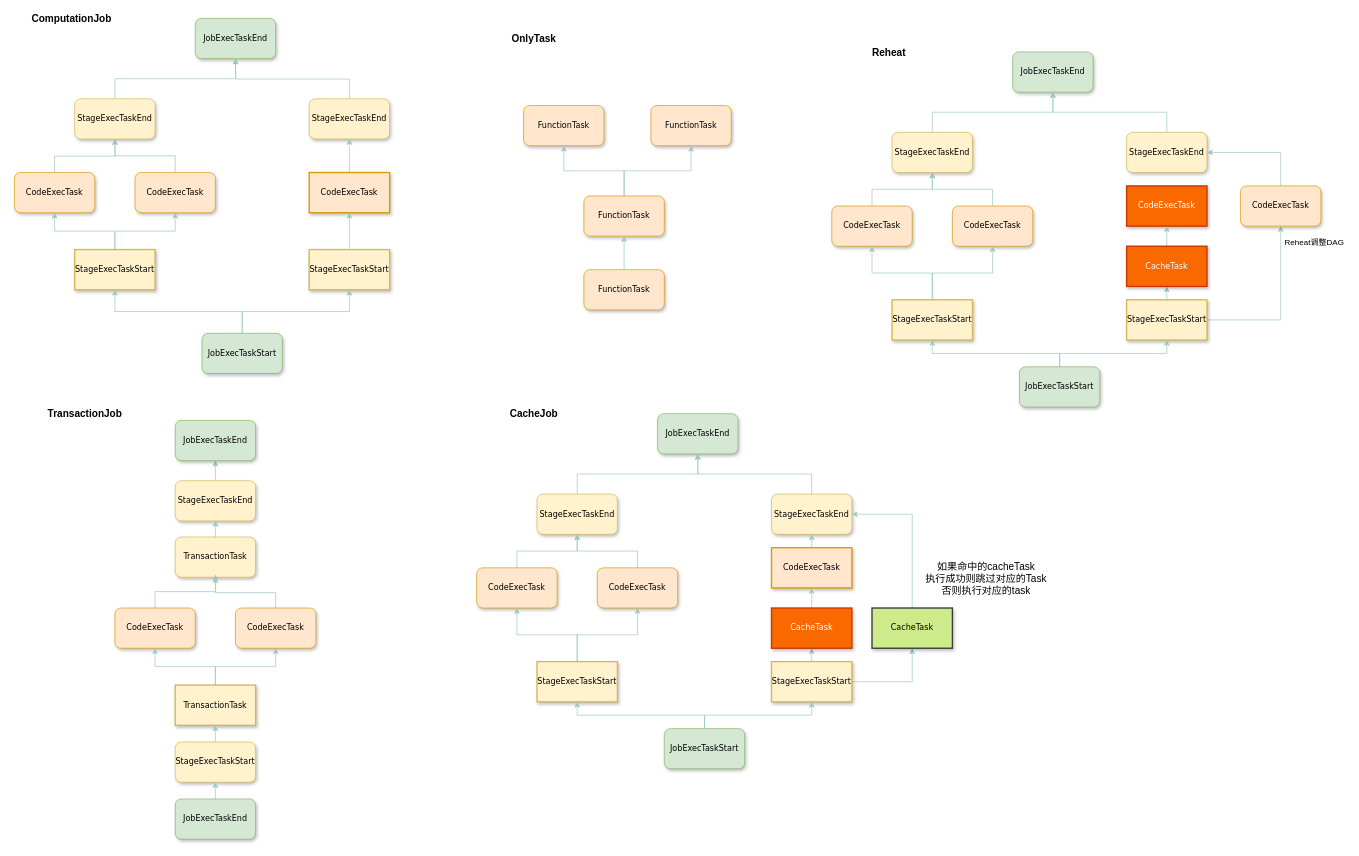
Before: orchestrator_treeNode.drawio in peacewong/diagrams, a draw.io diagram. Source tidied: cells renumbered, new cells numbered last; positions are measured from the earlier drawing's top-left corner, leaving out a move shared by most shapes. Both pictures are drawn from the tidied source at 67%, with x=0, y=0 at pixel (14, 11).
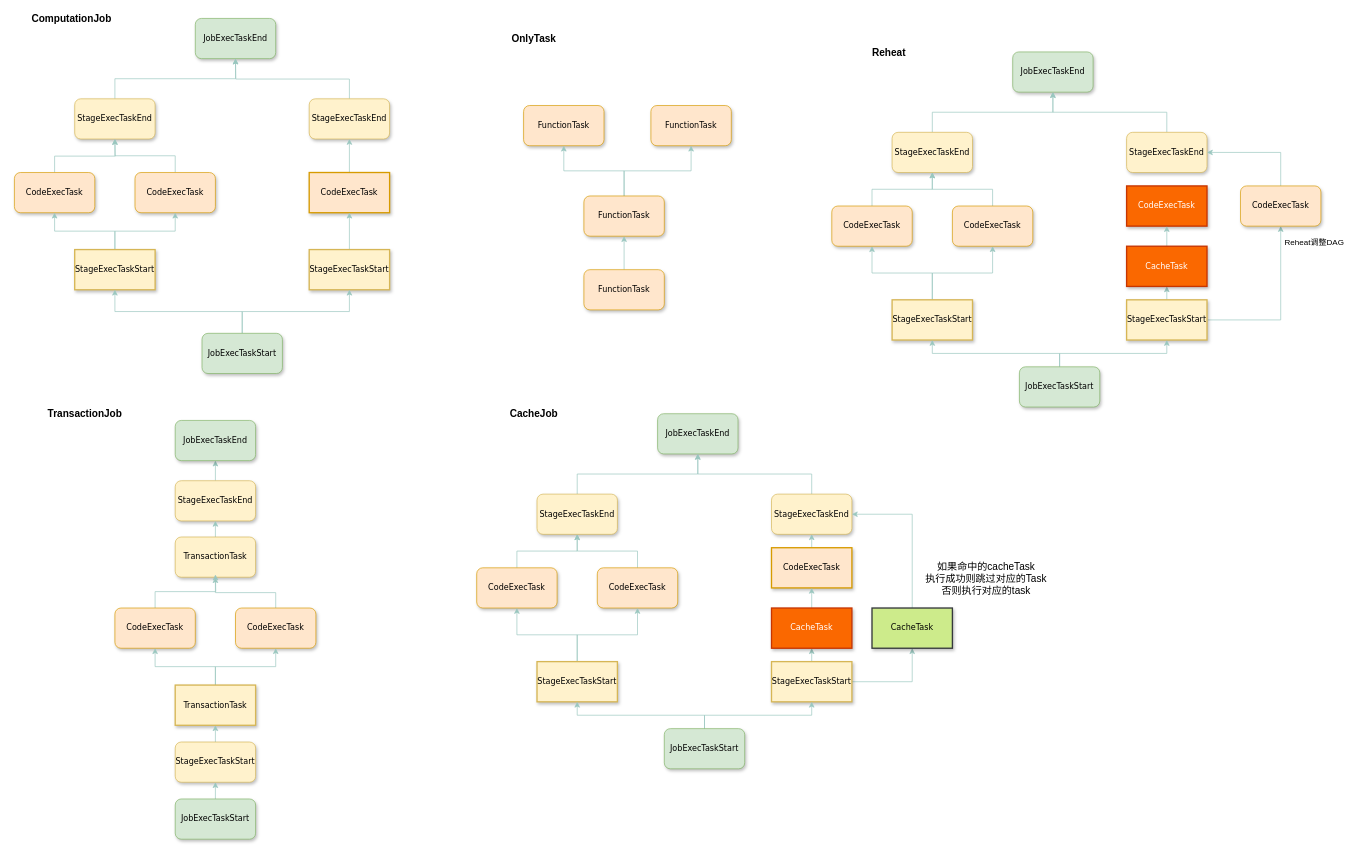
Above is the later version.

Diff of the diagram source:
```diff
@@
-    <mxCell id="46" value="JobExecTaskEnd" style="whiteSpace=wrap;html=1;rounded=1;shadow=1;labelBackgroundColor=none;strokeWidth=1;fontFamily=Verdana;fontSize=12;align=center;fillColor=#d5e8d4;strokeColor=#82b366;" parent="1" vertex="1">
+    <mxCell id="46" value="JobExecTaskStart" style="whiteSpace=wrap;html=1;rounded=1;shadow=1;labelBackgroundColor=none;strokeWidth=1;fontFamily=Verdana;fontSize=12;align=center;fillColor=#d5e8d4;strokeColor=#82b366;" parent="1" vertex="1">
       <mxGeometry x="240" y="1175" width="120" height="60" as="geometry" />
     </mxCell>
```
